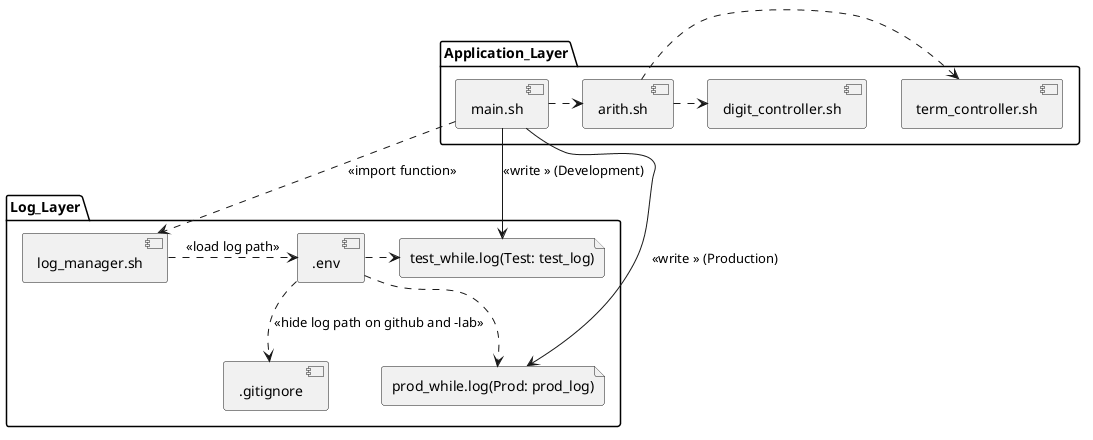
The PlantUML diagram docs/basiccalc-archtecture_component.png in Jumacde/shellscript_basiccalc_whileloop, before a commit.
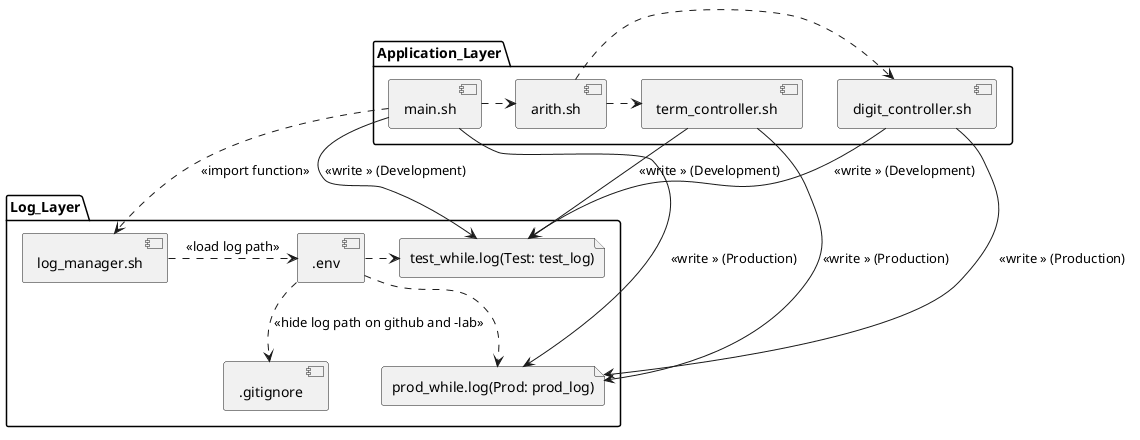
Later version of the same file.

Diff of the diagram source:
```diff
@@ -26,5 +26,9 @@
 
 main -down-> testlog: << write  >> (Development)
 main -down-> prodlog: << write  >> (Production)
+term -down-> testlog: << write  >> (Development)
+term -down-> prodlog: << write  >> (Production)
+digit -down-> testlog: << write  >> (Development)
+digit -down-> prodlog: << write  >> (Production)
 
 @enduml
```
